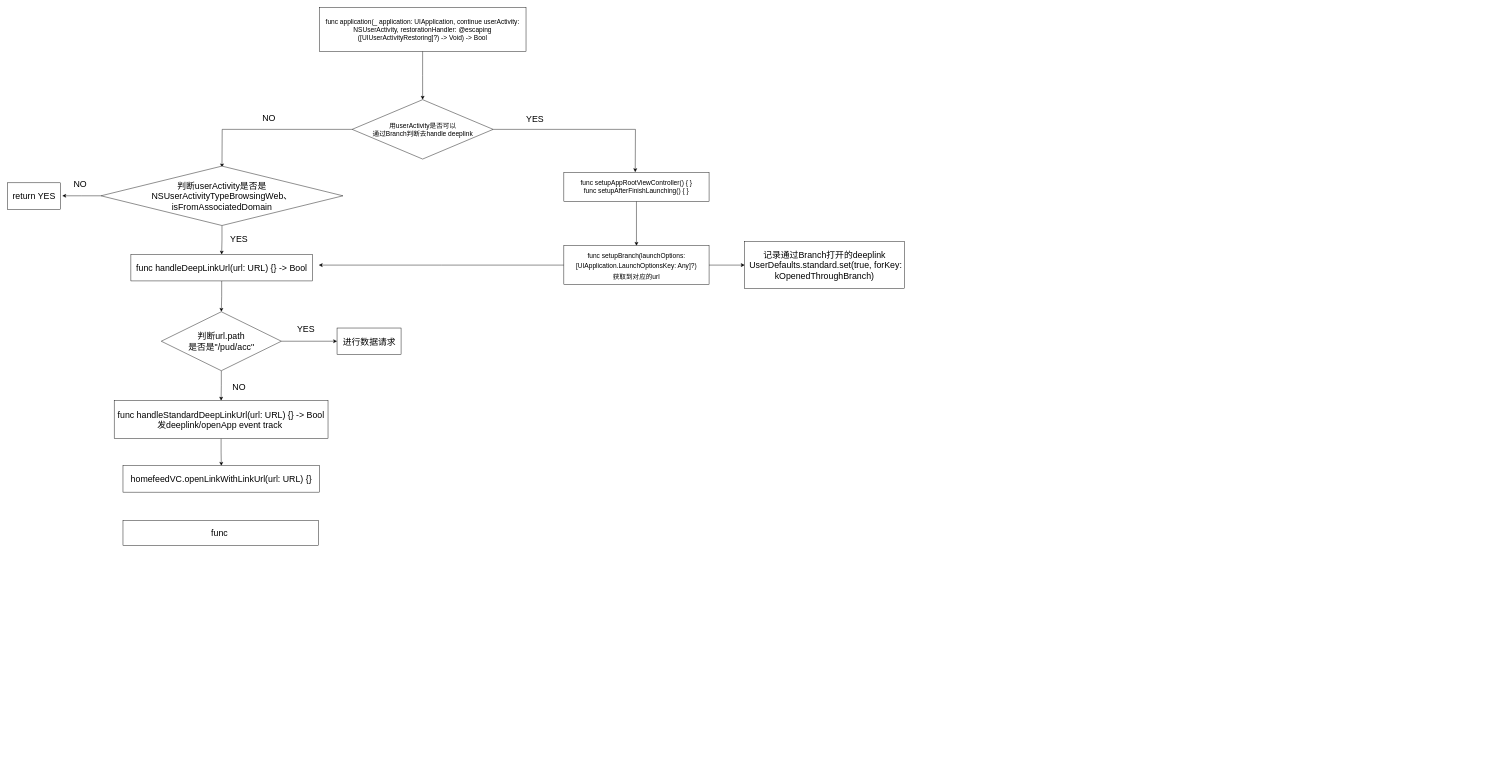
The draw.io diagram Untitled Diagram.drawio in Jovins/RefactorUML, before the edit. Source tidied: cells renumbered, new cells numbered last; positions are measured from the earlier drawing's top-left corner, leaving out a move shared by most shapes. Both pictures are drawn from the tidied source at 44%, with x=0, y=0 at pixel (7, 7).
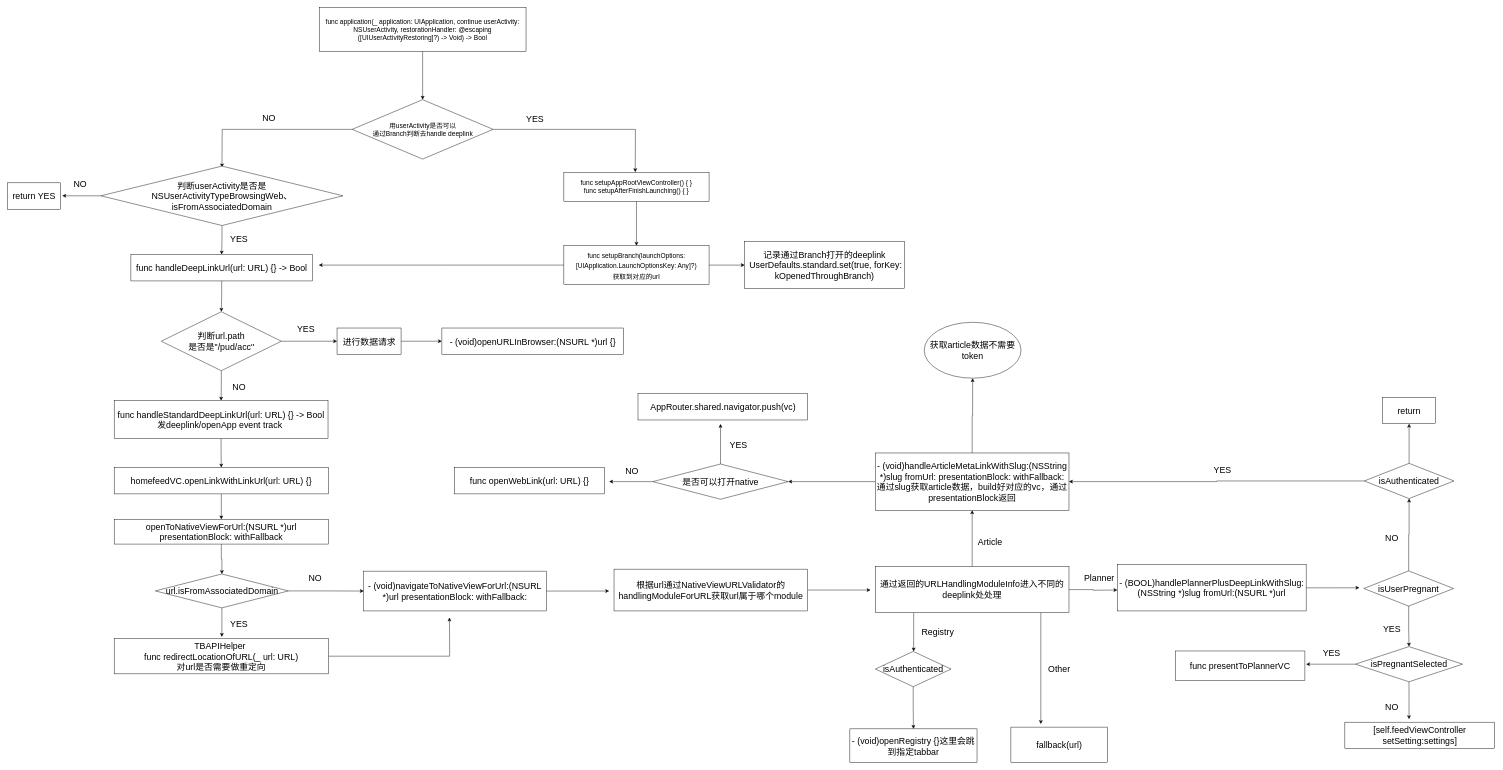
The same page after the edit.

The change refers to these unchanged cells:
```xml
<mxCell id="26" value="进行数据请求" style="whiteSpace=wrap;html=1;fontSize=20;rounded=0;" parent="1" vertex="1">
  <mxGeometry x="748.5" y="728" width="145.5" height="60" as="geometry" />
</mxCell>
```

What changed in the source:
```diff
@@
+    <mxCell id="33" style="edgeStyle=orthogonalEdgeStyle;rounded=0;jettySize=auto;html=1;fontSize=20;" parent="1" edge="1" source="26" target="61">
+      <mxGeometry relative="1" as="geometry" />
+    </mxCell>
@@
+    <mxCell id="34" style="edgeStyle=orthogonalEdgeStyle;rounded=0;jettySize=auto;html=1;entryX=0.5;entryY=0;entryDx=0;entryDy=0;fontSize=20;" parent="1" edge="1" source="31" target="32">
+      <mxGeometry relative="1" as="geometry" />
+    </mxCell>
     <mxCell id="31" value="homefeedVC.openLinkWithLinkUrl(url: URL) {}" style="whiteSpace=wrap;html=1;fontSize=20;rounded=0;" parent="1" vertex="1">
-      <mxGeometry x="262" y="1041" width="447" height="60" as="geometry" />
+      <mxGeometry x="242" y="1045" width="487" height="60" as="geometry" />
     </mxCell>
+    <mxCell id="35" style="edgeStyle=orthogonalEdgeStyle;rounded=0;jettySize=auto;html=1;fontSize=20;" parent="1" edge="1" source="32" target="38">
+      <mxGeometry relative="1" as="geometry" />
+    </mxCell>
-    <mxCell id="32" value="func&amp;nbsp;" style="whiteSpace=wrap;html=1;fontSize=20;rounded=0;" parent="1" vertex="1">
-      <mxGeometry x="262" y="1166" width="445" height="56" as="geometry" />
+    <mxCell id="32" value="openToNativeViewForUrl:(NSURL *)url presentationBlock: withFallback" style="whiteSpace=wrap;html=1;fontSize=20;rounded=0;" parent="1" vertex="1">
+      <mxGeometry x="242" y="1163" width="487" height="56" as="geometry" />
     </mxCell>
+    <mxCell id="36" style="edgeStyle=orthogonalEdgeStyle;rounded=0;jettySize=auto;html=1;fontSize=20;" parent="1" edge="1" source="38">
+      <mxGeometry relative="1" as="geometry">
+        <mxPoint x="486.7" y="1430" as="targetPoint" />
+      </mxGeometry>
+    </mxCell>
+    <mxCell id="37" style="edgeStyle=orthogonalEdgeStyle;rounded=0;jettySize=auto;html=1;fontSize=20;" parent="1" edge="1" source="38" target="43">
+      <mxGeometry relative="1" as="geometry" />
+    </mxCell>
+    <mxCell id="38" value="url.isFromAssociatedDomain" style="rhombus;whiteSpace=wrap;html=1;fontSize=20;rounded=0;" parent="1" vertex="1">
+      <mxGeometry x="335.5" y="1287" width="302.5" height="77" as="geometry" />
+    </mxCell>
+    <mxCell id="39" style="edgeStyle=orthogonalEdgeStyle;rounded=0;jettySize=auto;html=1;fontSize=20;" parent="1" edge="1" source="40">
+      <mxGeometry relative="1" as="geometry">
+        <mxPoint x="1004" y="1386" as="targetPoint" />
+      </mxGeometry>
+    </mxCell>
+    <mxCell id="40" value="&lt;div&gt;TBAPIHelper&amp;nbsp;&lt;/div&gt;&lt;div&gt;func redirectLocationOfURL(_ url: URL)&lt;/div&gt;&lt;div&gt;对url是否需要做重定向&lt;/div&gt;" style="whiteSpace=wrap;html=1;fontSize=20;rounded=0;" parent="1" vertex="1">
+      <mxGeometry x="242" y="1433.5" width="487" height="80.5" as="geometry" />
+    </mxCell>
+    <mxCell id="41" value="YES" style="text;html=1;strokeColor=none;fillColor=none;align=center;verticalAlign=middle;whiteSpace=wrap;rounded=0;fontSize=20;" parent="1" vertex="1">
+      <mxGeometry x="496" y="1386" width="60" height="30" as="geometry" />
+    </mxCell>
+    <mxCell id="42" style="edgeStyle=orthogonalEdgeStyle;rounded=0;jettySize=auto;html=1;fontSize=20;" parent="1" edge="1" source="43">
+      <mxGeometry relative="1" as="geometry">
+        <mxPoint x="1367" y="1325.8" as="targetPoint" />
+      </mxGeometry>
+    </mxCell>
+    <mxCell id="43" value="- (void)navigateToNativeViewForUrl:(NSURL *)url presentationBlock: withFallback:" style="whiteSpace=wrap;html=1;fontSize=20;rounded=0;" parent="1" vertex="1">
+      <mxGeometry x="809.2" y="1280.5" width="414.8" height="90.5" as="geometry" />
+    </mxCell>
+    <mxCell id="44" value="NO" style="text;html=1;strokeColor=none;fillColor=none;align=center;verticalAlign=middle;whiteSpace=wrap;rounded=0;fontSize=20;" parent="1" vertex="1">
+      <mxGeometry x="669" y="1280" width="60" height="30" as="geometry" />
+    </mxCell>
+    <mxCell id="45" style="edgeStyle=orthogonalEdgeStyle;rounded=0;jettySize=auto;html=1;fontSize=20;" parent="1" edge="1" source="46">
+      <mxGeometry relative="1" as="geometry">
+        <mxPoint x="1961" y="1323.5" as="targetPoint" />
+      </mxGeometry>
+    </mxCell>
+    <mxCell id="46" value="根据url通过NativeViewURLValidator的handlingModuleForURL获取url属于哪个module" style="whiteSpace=wrap;html=1;fontSize=20;rounded=0;" parent="1" vertex="1">
+      <mxGeometry x="1378" y="1276" width="440" height="95" as="geometry" />
+    </mxCell>
+    <mxCell id="47" style="edgeStyle=orthogonalEdgeStyle;rounded=0;jettySize=auto;html=1;fontSize=20;entryX=0.5;entryY=1;entryDx=0;entryDy=0;" parent="1" edge="1" source="51" target="54">
+      <mxGeometry relative="1" as="geometry" />
+    </mxCell>
+    <mxCell id="48" style="edgeStyle=orthogonalEdgeStyle;rounded=0;jettySize=auto;html=1;fontSize=20;" parent="1" edge="1" source="51">
+      <mxGeometry relative="1" as="geometry">
+        <mxPoint x="2522" y="1323.5" as="targetPoint" />
+      </mxGeometry>
+    </mxCell>
+    <mxCell id="49" style="edgeStyle=orthogonalEdgeStyle;rounded=0;orthogonalLoop=1;jettySize=auto;html=1;fontSize=20;" parent="1" edge="1">
+      <mxGeometry relative="1" as="geometry">
+        <mxPoint x="2059" y="1375" as="sourcePoint" />
+        <mxPoint x="2059" y="1463" as="targetPoint" />
+      </mxGeometry>
+    </mxCell>
+    <mxCell id="50" style="edgeStyle=orthogonalEdgeStyle;rounded=0;orthogonalLoop=1;jettySize=auto;html=1;fontSize=20;" parent="1" edge="1">
+      <mxGeometry relative="1" as="geometry">
+        <mxPoint x="2348" y="1375" as="sourcePoint" />
+        <mxPoint x="2348" y="1628" as="targetPoint" />
+      </mxGeometry>
+    </mxCell>
+    <mxCell id="51" value="通过返回的URLHandlingModuleInfo进入不同的deeplink处处理" style="whiteSpace=wrap;html=1;fontSize=20;rounded=0;" parent="1" vertex="1">
+      <mxGeometry x="1972" y="1269.9" width="440" height="105.1" as="geometry" />
+    </mxCell>
+    <mxCell id="52" style="edgeStyle=orthogonalEdgeStyle;rounded=0;jettySize=auto;html=1;entryX=1;entryY=0.5;entryDx=0;entryDy=0;fontSize=20;" parent="1" edge="1" source="54" target="58">
+      <mxGeometry relative="1" as="geometry" />
+    </mxCell>
+    <mxCell id="53" style="edgeStyle=orthogonalEdgeStyle;rounded=0;jettySize=auto;html=1;fontSize=20;" parent="1" edge="1" source="54" target="62">
+      <mxGeometry relative="1" as="geometry" />
+    </mxCell>
+    <mxCell id="54" value="- (void)handleArticleMetaLinkWithSlug:(NSString *)slug fromUrl: presentationBlock: withFallback:通过slug获取article数据，build好对应的vc，通过presentationBlock返回" style="whiteSpace=wrap;html=1;fontSize=20;rounded=0;" parent="1" vertex="1">
+      <mxGeometry x="1972" y="1012" width="440" height="130.2" as="geometry" />
+    </mxCell>
+    <mxCell id="55" value="AppRouter.shared.navigator.push(vc)" style="whiteSpace=wrap;html=1;fontSize=20;rounded=0;" parent="1" vertex="1">
+      <mxGeometry x="1432.5" y="877" width="385.5" height="60" as="geometry" />
+    </mxCell>
+    <mxCell id="56" style="edgeStyle=orthogonalEdgeStyle;rounded=0;jettySize=auto;html=1;fontSize=20;" parent="1" edge="1" source="58">
+      <mxGeometry relative="1" as="geometry">
+        <mxPoint x="1620" y="946" as="targetPoint" />
+      </mxGeometry>
+    </mxCell>
+    <mxCell id="57" style="edgeStyle=orthogonalEdgeStyle;rounded=0;jettySize=auto;html=1;fontSize=20;" parent="1" edge="1" source="58">
+      <mxGeometry relative="1" as="geometry">
+        <mxPoint x="1367" y="1077.1" as="targetPoint" />
+      </mxGeometry>
+    </mxCell>
+    <mxCell id="58" value="是否可以打开native" style="rhombus;whiteSpace=wrap;html=1;fontSize=20;rounded=0;" parent="1" vertex="1">
+      <mxGeometry x="1466" y="1037.1" width="308" height="80" as="geometry" />
+    </mxCell>
+    <mxCell id="59" value="YES" style="text;html=1;strokeColor=none;fillColor=none;align=center;verticalAlign=middle;whiteSpace=wrap;rounded=0;fontSize=20;" parent="1" vertex="1">
+      <mxGeometry x="1631" y="979" width="60" height="30" as="geometry" />
+    </mxCell>
+    <mxCell id="60" value="func openWebLink(url: URL) {}" style="whiteSpace=wrap;html=1;fontSize=20;rounded=0;" parent="1" vertex="1">
+      <mxGeometry x="1015" y="1045" width="341.5" height="60" as="geometry" />
+    </mxCell>
+    <mxCell id="61" value="- (void)openURLInBrowser:(NSURL *)url {}" style="whiteSpace=wrap;html=1;fontSize=20;rounded=0;" parent="1" vertex="1">
+      <mxGeometry x="986.8" y="728" width="413.2" height="60" as="geometry" />
+    </mxCell>
+    <mxCell id="62" value="获取article数据不需要token" style="ellipse;whiteSpace=wrap;html=1;fontSize=20;rounded=0;" parent="1" vertex="1">
+      <mxGeometry x="2083" y="715" width="220" height="127" as="geometry" />
+    </mxCell>
+    <mxCell id="63" value="NO" style="text;html=1;strokeColor=none;fillColor=none;align=center;verticalAlign=middle;whiteSpace=wrap;rounded=0;fontSize=20;" parent="1" vertex="1">
+      <mxGeometry x="1389" y="1037.1" width="60" height="30" as="geometry" />
+    </mxCell>
+    <mxCell id="64" value="Article" style="text;html=1;strokeColor=none;fillColor=none;align=center;verticalAlign=middle;whiteSpace=wrap;rounded=0;fontSize=20;" parent="1" vertex="1">
+      <mxGeometry x="2203" y="1199" width="60" height="30" as="geometry" />
+    </mxCell>
+    <mxCell id="65" value="Registry&lt;br&gt;" style="text;html=1;strokeColor=none;fillColor=none;align=center;verticalAlign=middle;whiteSpace=wrap;rounded=0;fontSize=20;" parent="1" vertex="1">
+      <mxGeometry x="2084" y="1403.5" width="60" height="30" as="geometry" />
+    </mxCell>
+    <mxCell id="66" style="edgeStyle=orthogonalEdgeStyle;rounded=0;jettySize=auto;html=1;entryX=0.5;entryY=0;entryDx=0;entryDy=0;fontSize=20;" parent="1" edge="1" source="67" target="68">
+      <mxGeometry relative="1" as="geometry" />
+    </mxCell>
+    <mxCell id="67" value="isAuthenticated" style="rhombus;whiteSpace=wrap;html=1;fontSize=20;rounded=0;" parent="1" vertex="1">
+      <mxGeometry x="1972" y="1463" width="172" height="80.2" as="geometry" />
+    </mxCell>
+    <mxCell id="68" value="- (void)openRegistry {}这里会跳到指定tabbar" style="whiteSpace=wrap;html=1;fontSize=20;rounded=0;" parent="1" vertex="1">
+      <mxGeometry x="1914" y="1639" width="289" height="77" as="geometry" />
+    </mxCell>
+    <mxCell id="69" style="edgeStyle=orthogonalEdgeStyle;rounded=0;jettySize=auto;html=1;fontSize=20;" parent="1" edge="1" source="70">
+      <mxGeometry relative="1" as="geometry">
+        <mxPoint x="3072" y="1318.4" as="targetPoint" />
+      </mxGeometry>
+    </mxCell>
+    <mxCell id="70" value="- (BOOL)handlePlannerPlusDeepLinkWithSlug:(NSString *)slug fromUrl:(NSURL *)url" style="whiteSpace=wrap;html=1;fontSize=20;rounded=0;" parent="1" vertex="1">
+      <mxGeometry x="2522" y="1265.9" width="429" height="105.1" as="geometry" />
+    </mxCell>
+    <mxCell id="71" value="Planner" style="text;html=1;strokeColor=none;fillColor=none;align=center;verticalAlign=middle;whiteSpace=wrap;rounded=0;fontSize=20;" parent="1" vertex="1">
+      <mxGeometry x="2451" y="1280.5" width="60" height="30" as="geometry" />
+    </mxCell>
+    <mxCell id="72" value="fallback(url)" style="whiteSpace=wrap;html=1;fontSize=20;rounded=0;" parent="1" vertex="1">
+      <mxGeometry x="2280" y="1635" width="220" height="81" as="geometry" />
+    </mxCell>
+    <mxCell id="73" value="Other" style="text;html=1;strokeColor=none;fillColor=none;align=center;verticalAlign=middle;whiteSpace=wrap;rounded=0;fontSize=20;" parent="1" vertex="1">
+      <mxGeometry x="2360" y="1488.1" width="60" height="30" as="geometry" />
+    </mxCell>
+    <mxCell id="74" style="edgeStyle=orthogonalEdgeStyle;rounded=0;jettySize=auto;html=1;fontSize=20;" parent="1" edge="1" source="76" target="79">
+      <mxGeometry relative="1" as="geometry" />
+    </mxCell>
+    <mxCell id="75" style="edgeStyle=orthogonalEdgeStyle;rounded=0;jettySize=auto;html=1;entryX=0.5;entryY=0;entryDx=0;entryDy=0;fontSize=20;" parent="1" edge="1" source="76" target="85">
+      <mxGeometry relative="1" as="geometry" />
+    </mxCell>
+    <mxCell id="76" value="isUserPregnant" style="rhombus;whiteSpace=wrap;html=1;fontSize=20;rounded=0;" parent="1" vertex="1">
+      <mxGeometry x="3082" y="1280" width="204" height="80" as="geometry" />
+    </mxCell>
+    <mxCell id="77" style="edgeStyle=orthogonalEdgeStyle;rounded=0;jettySize=auto;html=1;fontSize=20;" parent="1" edge="1" source="79" target="82">
+      <mxGeometry relative="1" as="geometry" />
+    </mxCell>
+    <mxCell id="78" style="edgeStyle=orthogonalEdgeStyle;rounded=0;jettySize=auto;html=1;entryX=1;entryY=0.5;entryDx=0;entryDy=0;fontSize=20;" parent="1" edge="1" source="79" target="54">
+      <mxGeometry relative="1" as="geometry" />
+    </mxCell>
+    <mxCell id="79" value="isAuthenticated" style="rhombus;whiteSpace=wrap;html=1;fontSize=20;rounded=0;" parent="1" vertex="1">
+      <mxGeometry x="3083" y="1035.6" width="204" height="80" as="geometry" />
+    </mxCell>
+    <mxCell id="80" value="NO" style="text;html=1;strokeColor=none;fillColor=none;align=center;verticalAlign=middle;whiteSpace=wrap;rounded=0;fontSize=20;" parent="1" vertex="1">
+      <mxGeometry x="3116" y="1189" width="60" height="30" as="geometry" />
+    </mxCell>
+    <mxCell id="81" value="YES" style="text;html=1;strokeColor=none;fillColor=none;align=center;verticalAlign=middle;whiteSpace=wrap;rounded=0;fontSize=20;" parent="1" vertex="1">
+      <mxGeometry x="2731" y="1034" width="60" height="30" as="geometry" />
+    </mxCell>
+    <mxCell id="82" value="return" style="whiteSpace=wrap;html=1;fontSize=20;rounded=0;" parent="1" vertex="1">
+      <mxGeometry x="3125" y="885.6" width="120" height="60" as="geometry" />
+    </mxCell>
+    <mxCell id="83" style="edgeStyle=orthogonalEdgeStyle;rounded=0;jettySize=auto;html=1;fontSize=20;" parent="1" edge="1" source="85">
+      <mxGeometry relative="1" as="geometry">
+        <mxPoint x="3184.8" y="1617" as="targetPoint" />
+      </mxGeometry>
+    </mxCell>
+    <mxCell id="84" style="edgeStyle=orthogonalEdgeStyle;rounded=0;jettySize=auto;html=1;fontSize=20;" parent="1" edge="1" source="85">
+      <mxGeometry relative="1" as="geometry">
+        <mxPoint x="2951" y="1492" as="targetPoint" />
+      </mxGeometry>
+    </mxCell>
+    <mxCell id="85" value="isPregnantSelected" style="rhombus;whiteSpace=wrap;html=1;fontSize=20;rounded=0;" parent="1" vertex="1">
+      <mxGeometry x="3063" y="1452" width="243.5" height="80" as="geometry" />
+    </mxCell>
+    <mxCell id="86" value="[self.feedViewController setSetting:settings]" style="whiteSpace=wrap;html=1;fontSize=20;rounded=0;" parent="1" vertex="1">
+      <mxGeometry x="3039" y="1623.8" width="340.5" height="60" as="geometry" />
+    </mxCell>
+    <mxCell id="87" value="YES" style="text;html=1;strokeColor=none;fillColor=none;align=center;verticalAlign=middle;whiteSpace=wrap;rounded=0;fontSize=20;" parent="1" vertex="1">
+      <mxGeometry x="3116" y="1397" width="60" height="30" as="geometry" />
+    </mxCell>
+    <mxCell id="88" value="NO" style="text;html=1;strokeColor=none;fillColor=none;align=center;verticalAlign=middle;whiteSpace=wrap;rounded=0;fontSize=20;" parent="1" vertex="1">
+      <mxGeometry x="3116" y="1573" width="60" height="30" as="geometry" />
+    </mxCell>
+    <mxCell id="89" value="func presentToPlannerVC" style="whiteSpace=wrap;html=1;fontSize=20;rounded=0;" parent="1" vertex="1">
+      <mxGeometry x="2654" y="1462" width="294.2" height="67" as="geometry" />
+    </mxCell>
+    <mxCell id="90" value="YES" style="text;html=1;strokeColor=none;fillColor=none;align=center;verticalAlign=middle;whiteSpace=wrap;rounded=0;fontSize=20;" parent="1" vertex="1">
+      <mxGeometry x="2979" y="1452" width="60" height="30" as="geometry" />
+    </mxCell>
```
